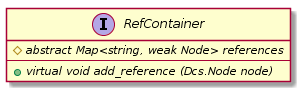
The PlantUML diagram report/figures/design/class/core/ref-container.png in geoffjay/comp8506-docs, before a commit.
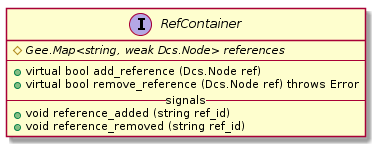
The same file after the commit.

What changed in the source:
```diff
@@ -1,7 +1,11 @@
 @startuml
 interface RefContainer {
-    #{abstract} abstract Map<string, weak Node> references
+    #{abstract} Gee.Map<string, weak Dcs.Node> references
     ----
-    +{abstract} virtual void add_reference (Dcs.Node node)
+    +virtual bool add_reference (Dcs.Node ref)
+    +virtual bool remove_reference (Dcs.Node ref) throws Error
+    -- signals --
+    +void reference_added (string ref_id)
+    +void reference_removed (string ref_id)
 }
 @enduml
```
